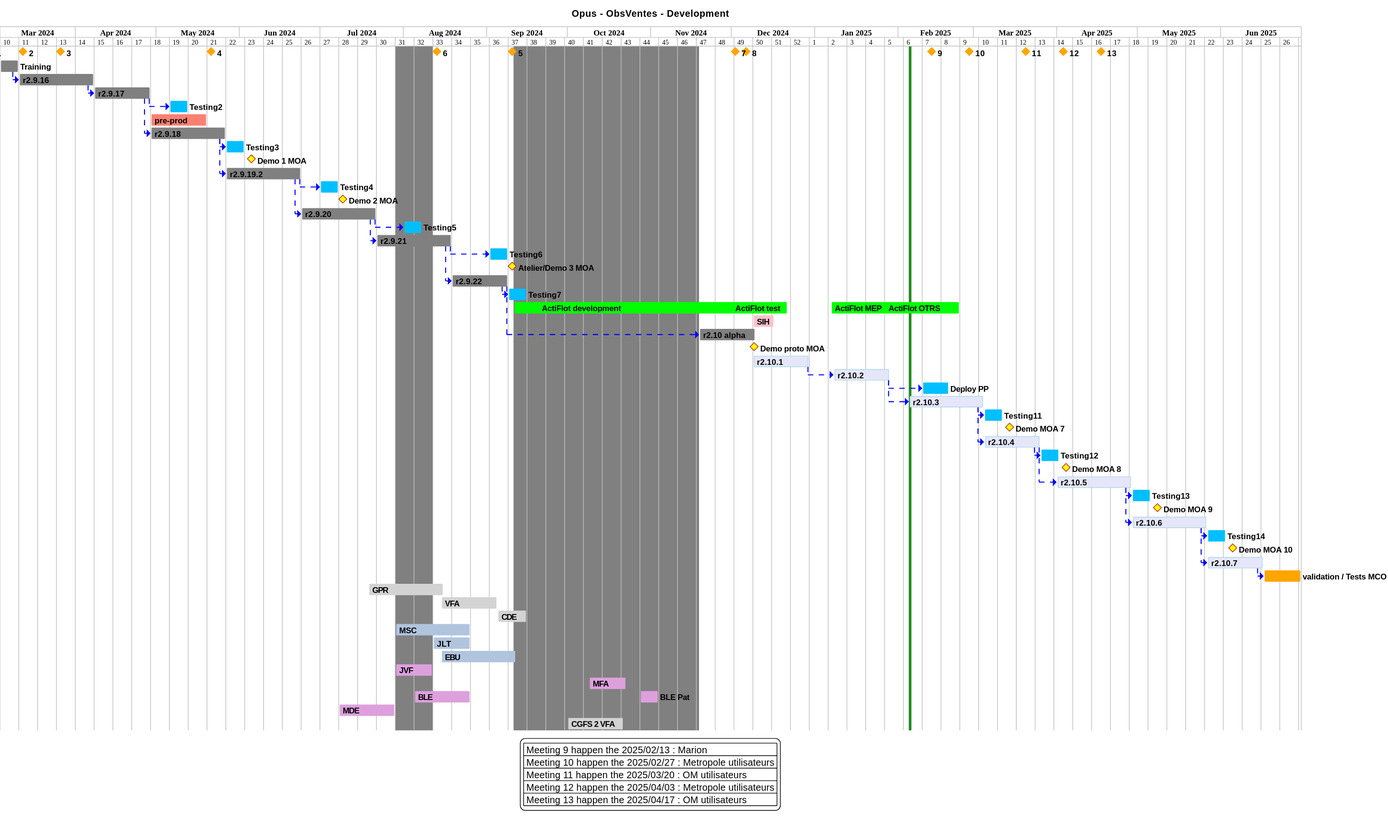
The PlantUML diagram projects/obsvente/not/images/refonte-obsventes-planning-sprints.svg in sumaris-net/sumaris-doc, before a commit.
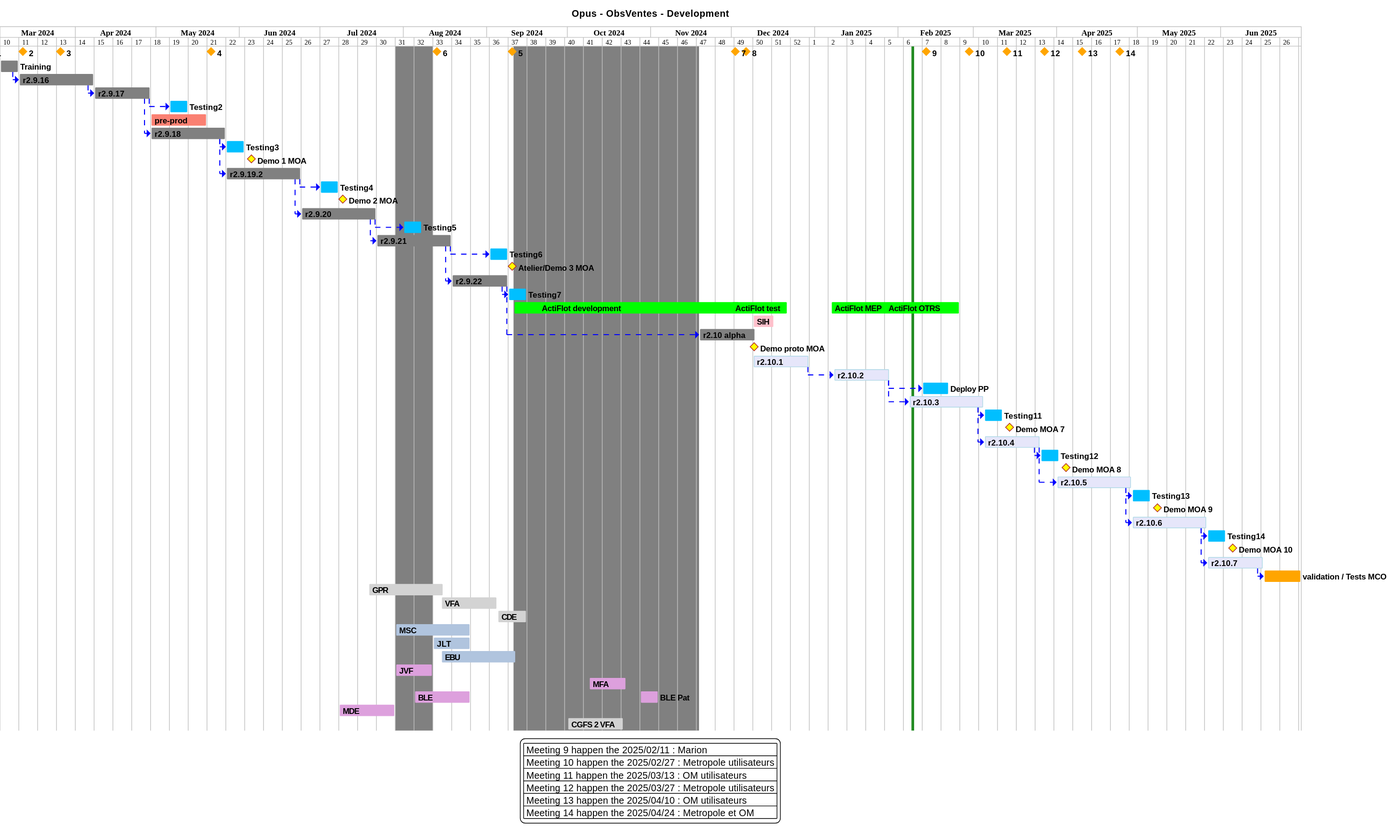
The same diagram one commit later.

Commit message:
[not] Update ObsVentes planning

Change to the diagram source:
```diff
@@ -82,21 +82,23 @@
 N(8, 8) as [o8] happen the 2024/12/06
 N(8, 8) is colored in orange
 
-N(9, 9) as [o9] happen the 2025/02/13
+N(9, 9) as [o9] happen the 2025/02/11
 N(9, 9) is colored in orange
 
 N(10, 10) as [o10] happen the 2025/02/27
 N(10, 10) is colored in orange
 
-N(11, 11) as [o11] happen the 2025/03/20
+N(11, 11) as [o11] happen the 2025/03/13
 N(11, 11) is colored in orange
 
-N(12, 12) as [o12] happen the 2025/04/03
+N(12, 12) as [o12] happen the 2025/03/27
 N(12, 12) is colored in orange
 
-N(13, 13) as [o13] happen the 2025/04/17
+N(13, 13) as [o13] happen the 2025/04/10
 N(13, 13) is colored in orange
 
+N(14, 14) as [o14] happen the 2025/04/24
+N(14, 14) is colored in orange
 
 [o1] displays on same row as [o2]
 [o2] displays on same row as [o3]
@@ -110,6 +112,7 @@
 [o10] displays on same row as [o11]
 [o11] displays on same row as [o12]
 [o12] displays on same row as [o13]
+[o13] displays on same row as [o14]
 
 today is colored in forestGreen
 
@@ -286,11 +289,12 @@
 
 
 legend
-| Meeting 9 happen the 2025/02/13 : Marion |
+| Meeting 9 happen the 2025/02/11 : Marion |
 | Meeting 10 happen the 2025/02/27 : Metropole utilisateurs |
-| Meeting 11 happen the 2025/03/20 : OM utilisateurs |
-| Meeting 12 happen the 2025/04/03 : Metropole utilisateurs |
-| Meeting 13 happen the 2025/04/17 : OM utilisateurs |
+| Meeting 11 happen the 2025/03/13 : OM utilisateurs |
+| Meeting 12 happen the 2025/03/27 : Metropole utilisateurs |
+| Meeting 13 happen the 2025/04/10 : OM utilisateurs |
+| Meeting 14 happen the 2025/04/24 : Metropole et OM |
 end legend
 
 skinparam legendBackgroundColor with
```
